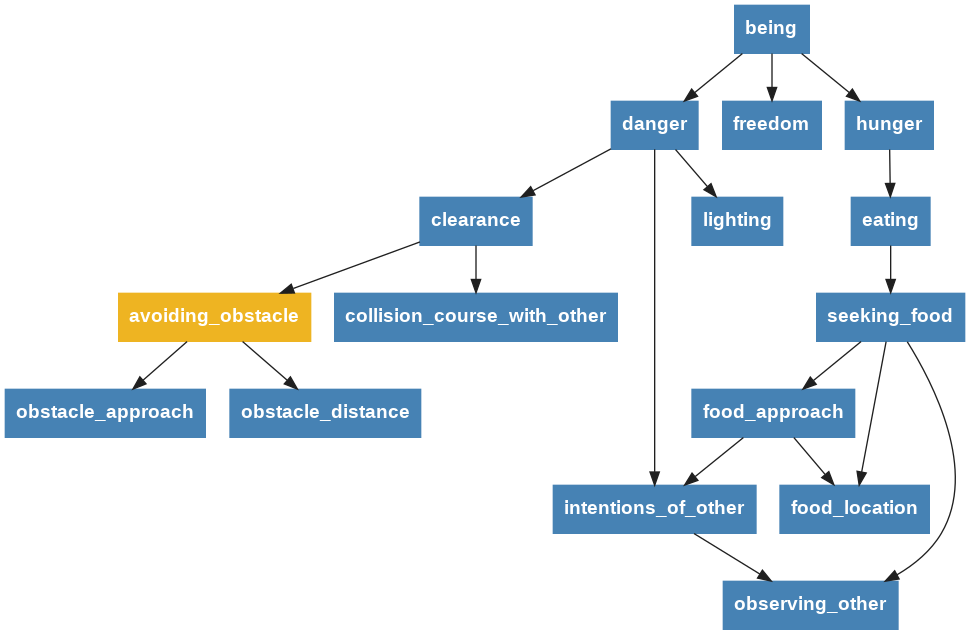
This is gm_tree.png from jfcloutier/andy_world, a Graphviz export, as it was before one commit. Its source is kept beside it as gm_tree.dot.
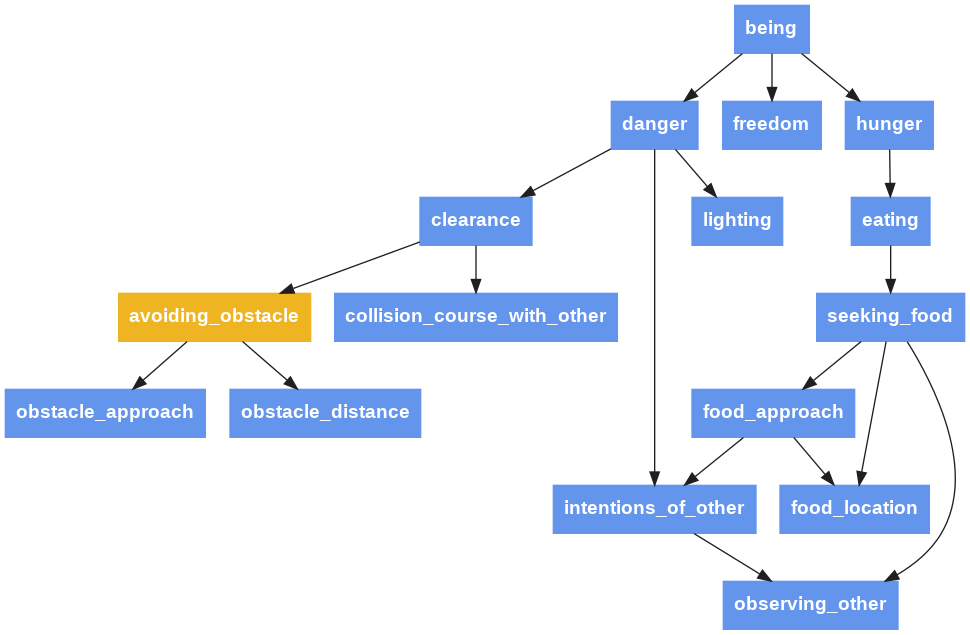
After the commit.

The edit, as a diff of the source:
```diff
@@ -1,21 +1,21 @@
 digraph G {
 
   v0 [label="avoiding_obstacle",fontname="helvetica bold",style="filled",fillcolor="goldenrod2",color="goldenrod2",fontcolor="white",shape="box"]
-  v1 [label="being",fontname="helvetica bold",style="filled",fillcolor="steelblue",color="steelblue",fontcolor="white",shape="box"]
-  v2 [label="clearance",fontname="helvetica bold",style="filled",fillcolor="steelblue",color="steelblue",fontcolor="white",shape="box"]
-  v3 [label="collision_course_with_other",fontname="helvetica bold",style="filled",fillcolor="steelblue",color="steelblue",fontcolor="white",shape="box"]
-  v4 [label="danger",fontname="helvetica bold",style="filled",fillcolor="steelblue",color="steelblue",fontcolor="white",shape="box"]
-  v5 [label="eating",fontname="helvetica bold",style="filled",fillcolor="steelblue",color="steelblue",fontcolor="white",shape="box"]
-  v6 [label="food_approach",fontname="helvetica bold",style="filled",fillcolor="steelblue",color="steelblue",fontcolor="white",shape="box"]
-  v7 [label="freedom",fontname="helvetica bold",style="filled",fillcolor="steelblue",color="steelblue",fontcolor="white",shape="box"]
-  v8 [label="hunger",fontname="helvetica bold",style="filled",fillcolor="steelblue",color="steelblue",fontcolor="white",shape="box"]
-  v9 [label="intentions_of_other",fontname="helvetica bold",style="filled",fillcolor="steelblue",color="steelblue",fontcolor="white",shape="box"]
-  v10 [label="lighting",fontname="helvetica bold",style="filled",fillcolor="steelblue",color="steelblue",fontcolor="white",shape="box"]
-  v11 [label="observing_other",fontname="helvetica bold",style="filled",fillcolor="steelblue",color="steelblue",fontcolor="white",shape="box"]
-  v12 [label="obstacle_approach",fontname="helvetica bold",style="filled",fillcolor="steelblue",color="steelblue",fontcolor="white",shape="box"]
-  v13 [label="obstacle_distance",fontname="helvetica bold",style="filled",fillcolor="steelblue",color="steelblue",fontcolor="white",shape="box"]
-  v14 [label="seeking_food",fontname="helvetica bold",style="filled",fillcolor="steelblue",color="steelblue",fontcolor="white",shape="box"]
-  v15 [label="food_location",fontname="helvetica bold",style="filled",fillcolor="steelblue",color="steelblue",fontcolor="white",shape="box"]
+  v1 [label="being",fontname="helvetica bold",style="filled",fillcolor="cornflowerblue",color="cornflowerblue",fontcolor="white",shape="box"]
+  v2 [label="clearance",fontname="helvetica bold",style="filled",fillcolor="cornflowerblue",color="cornflowerblue",fontcolor="white",shape="box"]
+  v3 [label="collision_course_with_other",fontname="helvetica bold",style="filled",fillcolor="cornflowerblue",color="cornflowerblue",fontcolor="white",shape="box"]
+  v4 [label="danger",fontname="helvetica bold",style="filled",fillcolor="cornflowerblue",color="cornflowerblue",fontcolor="white",shape="box"]
+  v5 [label="eating",fontname="helvetica bold",style="filled",fillcolor="cornflowerblue",color="cornflowerblue",fontcolor="white",shape="box"]
+  v6 [label="food_approach",fontname="helvetica bold",style="filled",fillcolor="cornflowerblue",color="cornflowerblue",fontcolor="white",shape="box"]
+  v7 [label="freedom",fontname="helvetica bold",style="filled",fillcolor="cornflowerblue",color="cornflowerblue",fontcolor="white",shape="box"]
+  v8 [label="hunger",fontname="helvetica bold",style="filled",fillcolor="cornflowerblue",color="cornflowerblue",fontcolor="white",shape="box"]
+  v9 [label="intentions_of_other",fontname="helvetica bold",style="filled",fillcolor="cornflowerblue",color="cornflowerblue",fontcolor="white",shape="box"]
+  v10 [label="lighting",fontname="helvetica bold",style="filled",fillcolor="cornflowerblue",color="cornflowerblue",fontcolor="white",shape="box"]
+  v11 [label="observing_other",fontname="helvetica bold",style="filled",fillcolor="cornflowerblue",color="cornflowerblue",fontcolor="white",shape="box"]
+  v12 [label="obstacle_approach",fontname="helvetica bold",style="filled",fillcolor="cornflowerblue",color="cornflowerblue",fontcolor="white",shape="box"]
+  v13 [label="obstacle_distance",fontname="helvetica bold",style="filled",fillcolor="cornflowerblue",color="cornflowerblue",fontcolor="white",shape="box"]
+  v14 [label="seeking_food",fontname="helvetica bold",style="filled",fillcolor="cornflowerblue",color="cornflowerblue",fontcolor="white",shape="box"]
+  v15 [label="food_location",fontname="helvetica bold",style="filled",fillcolor="cornflowerblue",color="cornflowerblue",fontcolor="white",shape="box"]
 
   v0 -> v12 [color="gray12"]
   v0 -> v13 [color="gray12"]
```
